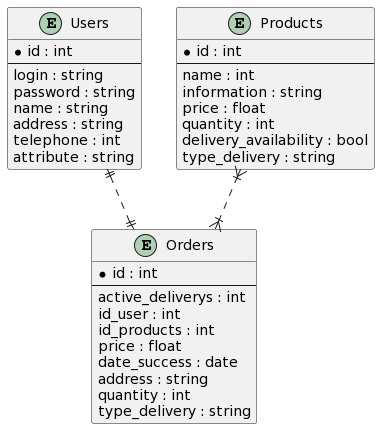
Earlier version of the PlantUML export Diagrams/ER-diagrams/ER.png (striction10/MDKP). Source of this version:
```plantuml
@startuml
entity Users {
  * id : int
  --
  login : string
  password : string
  name : string
  address : string
  telephone : int
  attribute : string
}
entity Products {
  * id : int
  --
  name : int
  information : string
  price : float
  quantity : int
  delivery_availability : bool
  type_delivery : string
}
entity Orders {
  * id : int
  --
  active_deliverys : int
  id_user : int
  id_products : int
  price : float
  date_success : date
  address : string
  quantity : int
  type_delivery : string
}

Products }|..|{ Orders
Users ||..|| Orders
@enduml
```
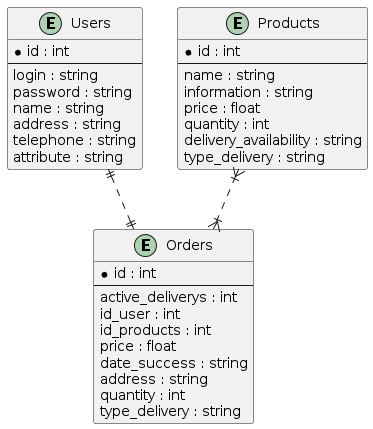
After the commit.

The edit, as a diff of the source:
```diff
@@ -6,17 +6,17 @@
   password : string
   name : string
   address : string
-  telephone : int
+  telephone : string
   attribute : string
 }
 entity Products {
   * id : int
   --
-  name : int
+  name : string
   information : string
   price : float
   quantity : int
-  delivery_availability : bool
+  delivery_availability : string
   type_delivery : string
 }
 entity Orders {
@@ -26,7 +26,7 @@
   id_user : int
   id_products : int
   price : float
-  date_success : date
+  date_success : string
   address : string
   quantity : int
   type_delivery : string
```
